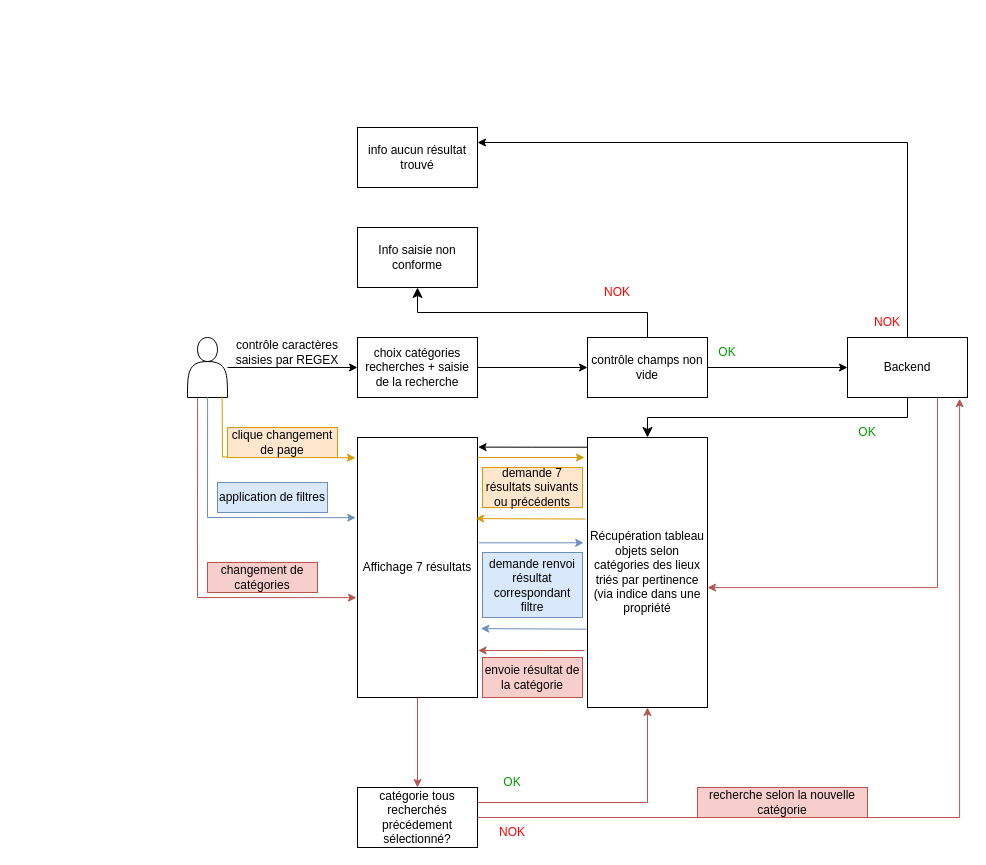
The draw.io diagram Schemas/search.drawio in Aurelien0192/FrenchTravel_FrontEnd, before the edit. Source tidied: cells renumbered, new cells numbered last; positions are measured from the earlier drawing's top-left corner, leaving out a move shared by most shapes. Both pictures are drawn from the tidied source at 100%, with x=0, y=0 at pixel (187, 127).
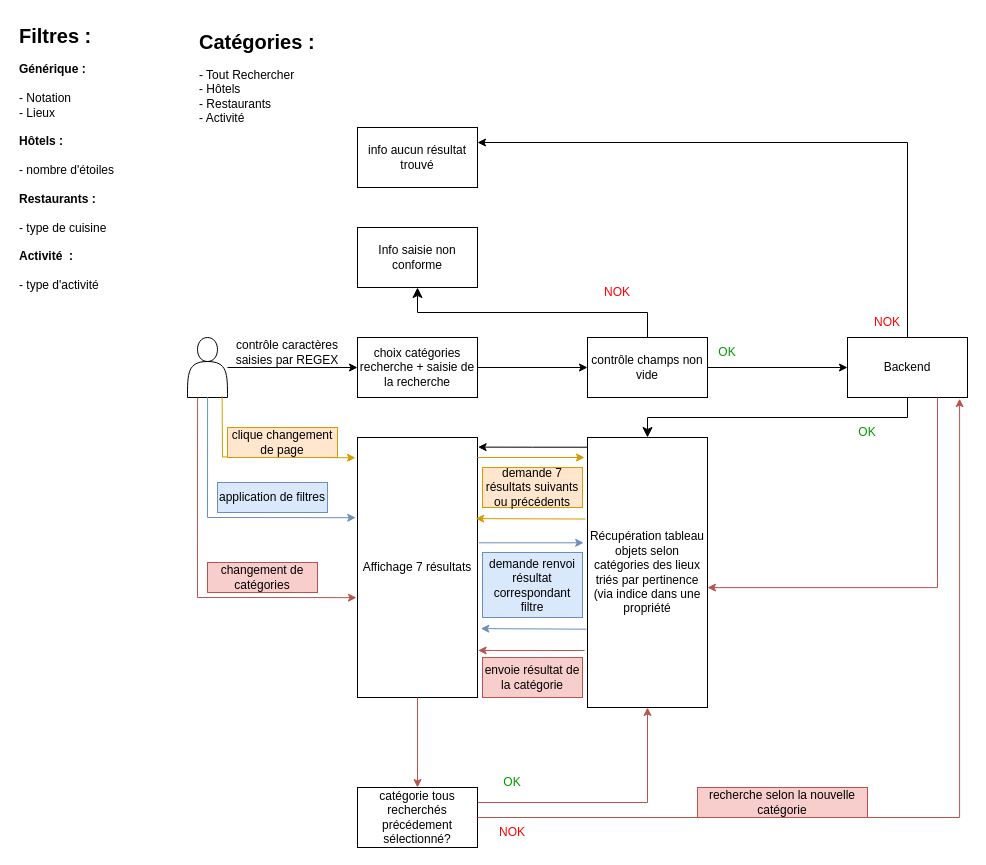
Above is the later version.

Commit message (it also covers changes not shown here):
Mettre à jour search.drawio

What changed in the source:
```diff
@@
-    <mxCell id="5" value="choix catégories recherches + saisie de la recherche" style="rounded=0;whiteSpace=wrap;html=1;" parent="1" vertex="1">
+    <mxCell id="5" value="choix catégories recherche + saisie de la recherche" style="rounded=0;whiteSpace=wrap;html=1;" parent="1" vertex="1">
       <mxGeometry x="170" y="210" width="120" height="60" as="geometry" />
     </mxCell>
@@
+    <mxCell id="47" value="&lt;b&gt;&lt;font style=&quot;font-size: 20px;&quot;&gt;Catégories :&lt;/font&gt;&lt;/b&gt;&lt;div&gt;&lt;b&gt;&lt;br&gt;&lt;/b&gt;&lt;div&gt;- Tout Rechercher&lt;/div&gt;&lt;div&gt;- Hôtels&lt;/div&gt;&lt;div&gt;- Restaurants&lt;/div&gt;&lt;div&gt;- Activité&lt;/div&gt;&lt;/div&gt;" style="text;html=1;align=left;verticalAlign=middle;whiteSpace=wrap;rounded=0;" parent="1" vertex="1">
+      <mxGeometry x="10" y="-110" width="120" height="120" as="geometry" />
+    </mxCell>
+    <mxCell id="48" value="&lt;b&gt;&lt;font style=&quot;font-size: 20px;&quot;&gt;Filtres :&lt;/font&gt;&lt;/b&gt;&lt;div&gt;&lt;b&gt;&lt;br&gt;&lt;/b&gt;&lt;/div&gt;&lt;div&gt;&lt;b&gt;Générique :&amp;nbsp;&lt;/b&gt;&lt;/div&gt;&lt;div&gt;&lt;b&gt;&lt;br&gt;&lt;/b&gt;&lt;div&gt;&lt;span style=&quot;background-color: initial;&quot;&gt;- Notation&lt;/span&gt;&lt;/div&gt;&lt;div&gt;&lt;span style=&quot;background-color: initial;&quot;&gt;- Lieux&amp;nbsp;&lt;/span&gt;&lt;/div&gt;&lt;div&gt;&lt;br&gt;&lt;/div&gt;&lt;div&gt;&lt;b&gt;Hôtels :&lt;/b&gt;&lt;br&gt;&lt;/div&gt;&lt;/div&gt;&lt;div&gt;&lt;b&gt;&lt;br&gt;&lt;/b&gt;&lt;/div&gt;&lt;div&gt;- nombre d'étoiles&lt;/div&gt;&lt;div&gt;&lt;br&gt;&lt;/div&gt;&lt;div&gt;&lt;b&gt;Restaurants :&lt;/b&gt;&lt;br&gt;&lt;/div&gt;&lt;div&gt;&lt;br&gt;&lt;/div&gt;&lt;div&gt;- type de cuisine&lt;/div&gt;&lt;div&gt;&lt;br&gt;&lt;/div&gt;&lt;div&gt;&lt;b&gt;Activité&amp;nbsp; :&lt;/b&gt;&lt;br&gt;&lt;/div&gt;&lt;div&gt;&lt;b&gt;&lt;br&gt;&lt;/b&gt;&lt;/div&gt;&lt;div&gt;- type d'activité&lt;/div&gt;" style="text;html=1;align=left;verticalAlign=top;whiteSpace=wrap;rounded=0;" parent="1" vertex="1">
+      <mxGeometry x="-170" y="-110" width="120" height="340" as="geometry" />
+    </mxCell>
```
